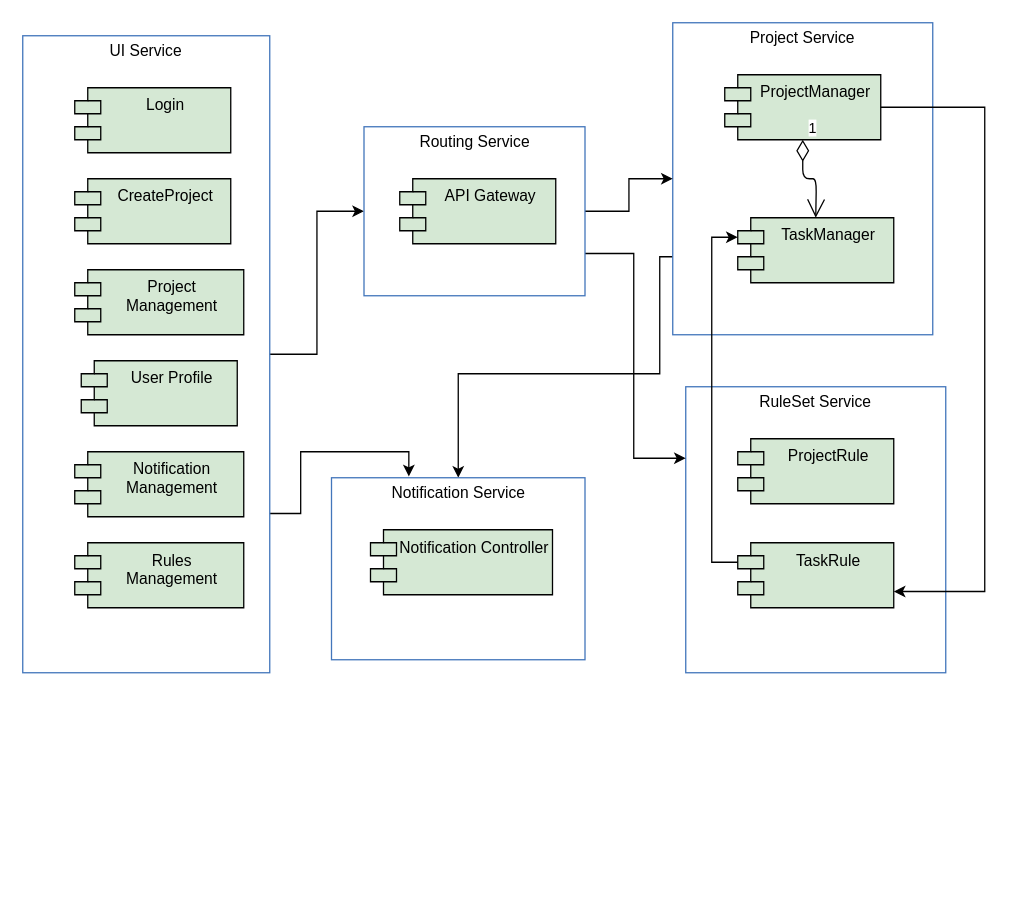
Before: page "Component Model" (3 of 3) of oasis-architecture.drawio in JackZhao2517/drawio_folder, a draw.io diagram. Source tidied: cells renumbered, new cells numbered last; positions are measured from the earlier drawing's top-left corner, leaving out a move shared by most shapes. Both pictures are drawn from the tidied source at 130%, with x=0, y=0 at pixel (22, 22).
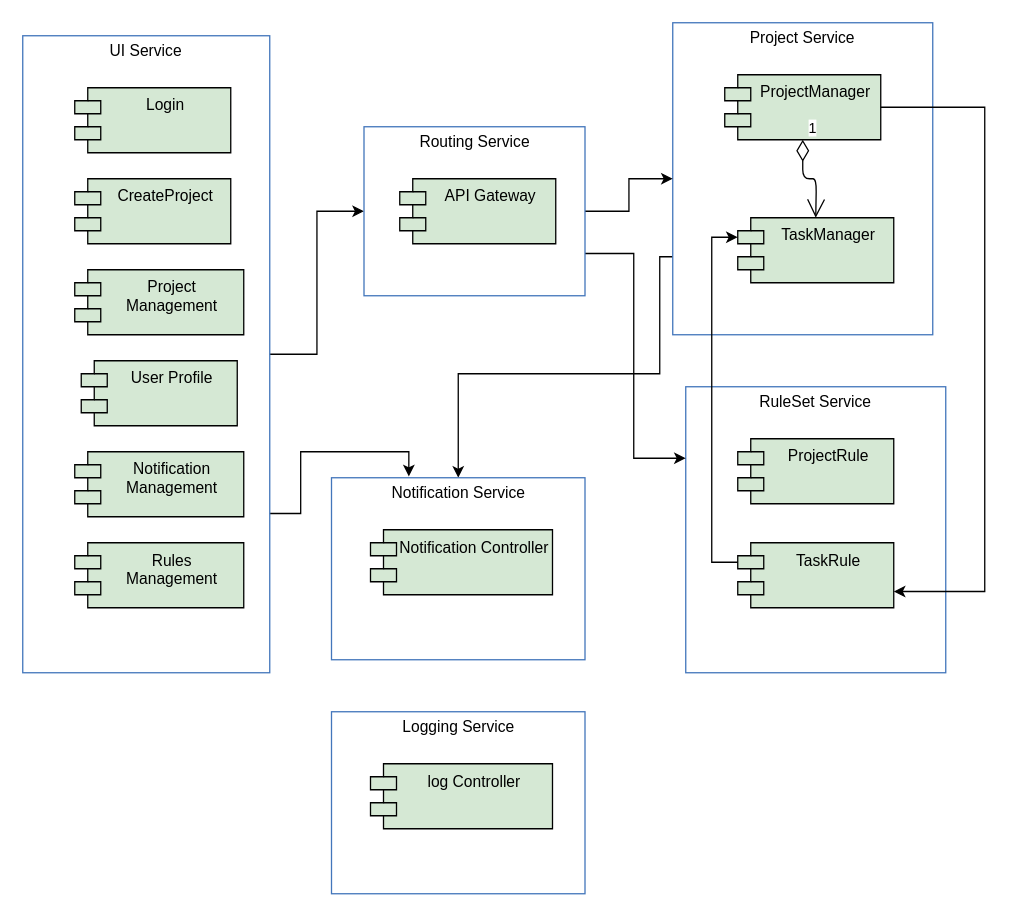
Above is the later version.

Diff of the diagram source:
```diff
@@
+    <mxCell id="27" value="Logging Service" style="fontStyle=0;verticalAlign=top;align=center;spacingTop=-2;fillColor=none;rounded=0;whiteSpace=wrap;html=1;strokeColor=#4376BB;strokeWidth=1;dashed=0;" parent="1" vertex="1">
+      <mxGeometry x="237.5" y="530" width="195" height="140" as="geometry" />
+    </mxCell>
+    <mxCell id="28" value="log Controller" style="shape=module;align=left;spacingLeft=20;align=center;verticalAlign=top;fillColor=#D5E8D4;" parent="27" vertex="1">
+      <mxGeometry x="30" y="40" width="140" height="50" as="geometry" />
+    </mxCell>
```
